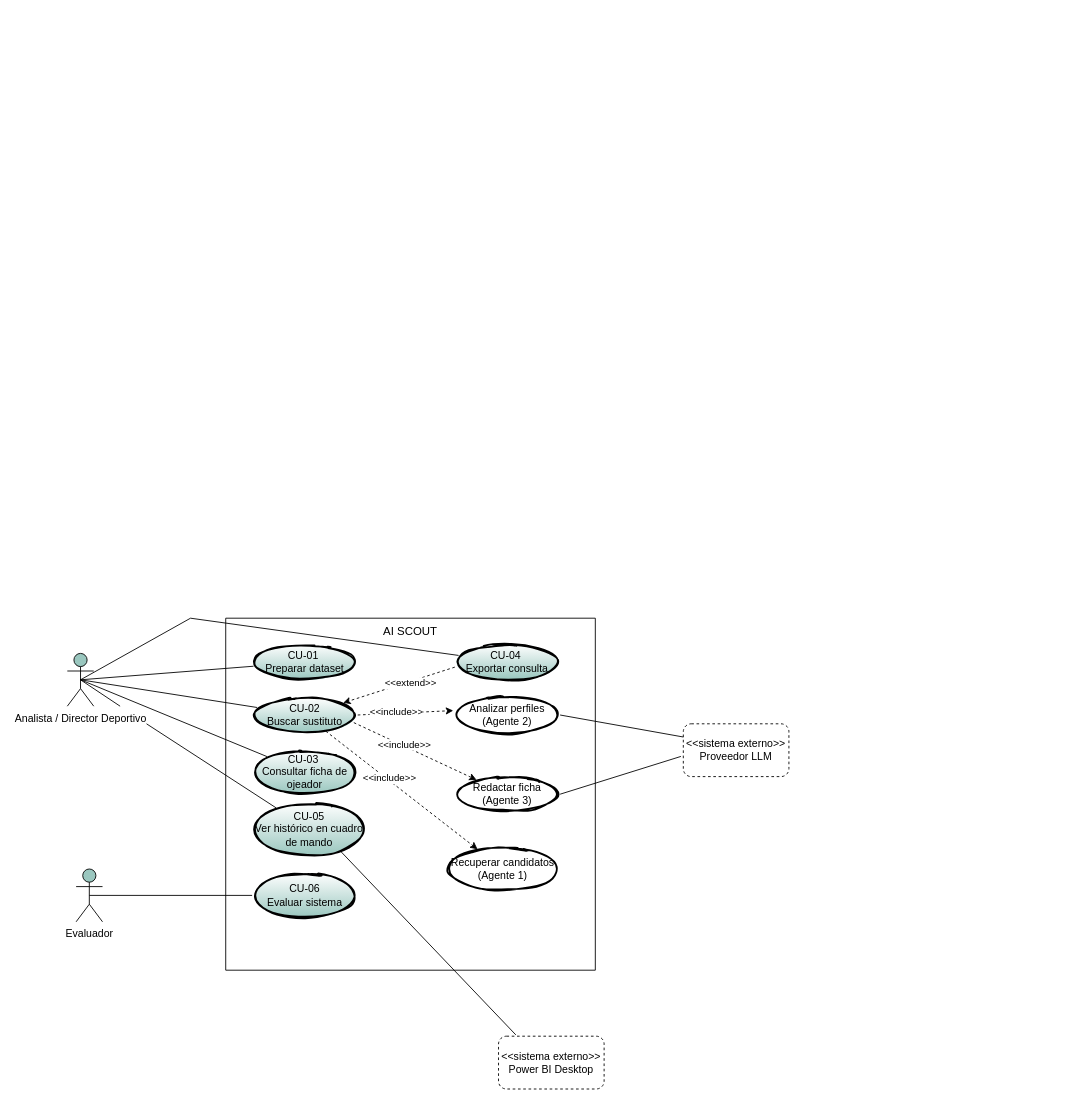
Earlier version of the draw.io diagram diagramas/diagrama_casos_de_uso.drawio (jgarca30/AI_SCOUT). Source tidied: cells renumbered, new cells numbered last; positions are measured from the earlier drawing's top-left corner, leaving out a move shared by most shapes. Both pictures are drawn from the tidied source at 88%, with x=0, y=0 at pixel (67, 618).
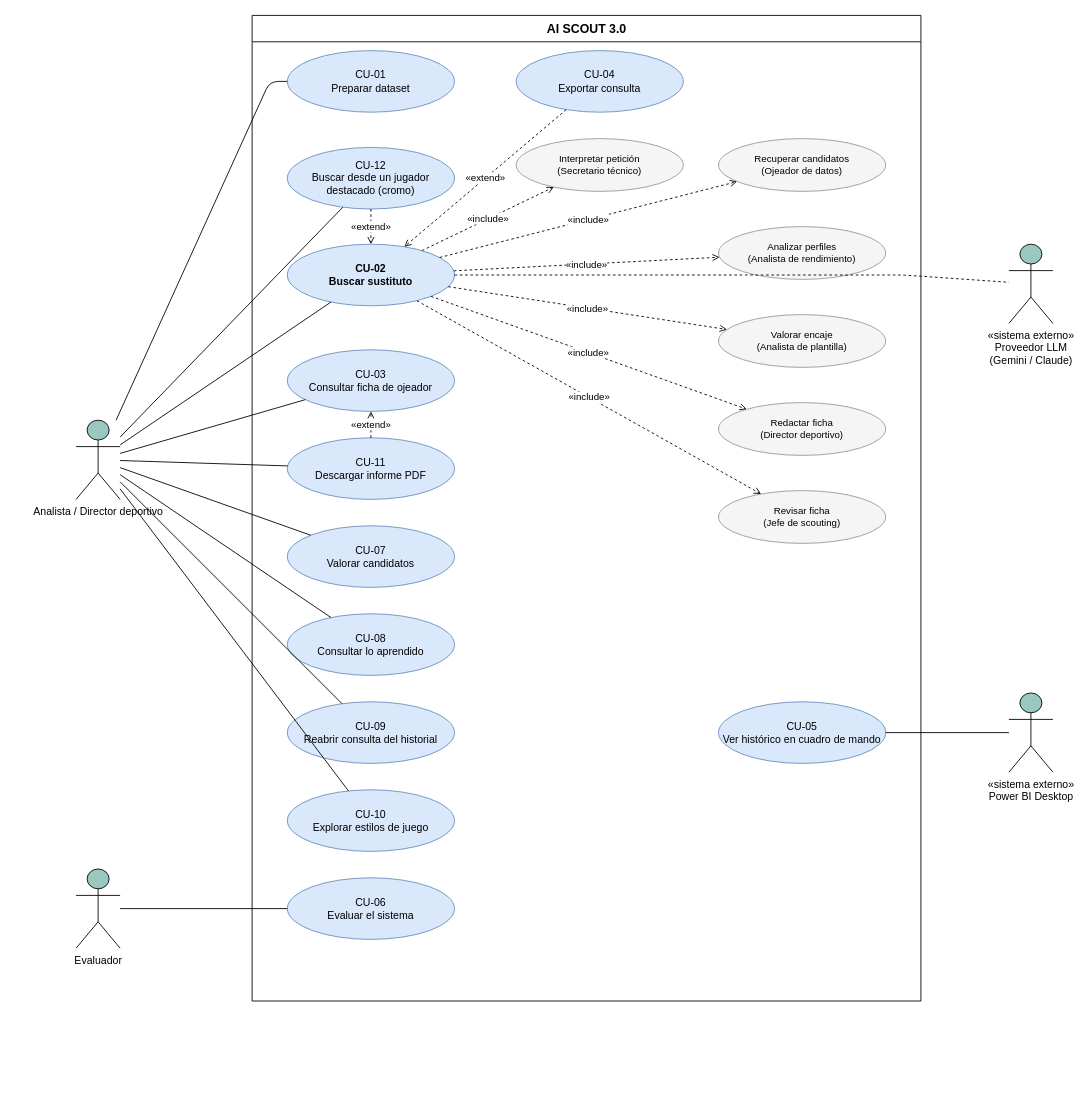
Above is the later version.

Commit message:
diagrama de casosa de uso de la aplicacion

What changed in the source:
```diff
@@
-    <mxCell id="2" style="swimlane;startSize=0;" parent="1" vertex="1">
-      <mxGeometry x="180" width="420" height="400" as="geometry" />
-    </mxCell>
-    <mxCell id="3" value="&lt;font style=&quot;font-size: 13px;&quot;&gt;AI SCOUT&lt;/font&gt;" style="text;html=1;whiteSpace=wrap;strokeColor=none;fillColor=none;align=center;verticalAlign=middle;rounded=0;" parent="2" vertex="1">
-      <mxGeometry x="125" width="170" height="30" as="geometry" />
-    </mxCell>
+    <mxCell id="35" value="AI SCOUT 3.0" style="swimlane;startSize=30;html=1;fontStyle=1;fontSize=14;" parent="1" vertex="1">
+      <mxGeometry x="210" y="-685" width="760" height="1120" as="geometry" />
+    </mxCell>
+    <mxCell id="36" value="Analista / Director deportivo" style="shape=umlActor;verticalLabelPosition=bottom;verticalAlign=top;html=1;outlineConnect=0;fillColor=#9AC7BF;" parent="1" vertex="1">
+      <mxGeometry x="10" y="-225" width="50" height="90" as="geometry" />
+    </mxCell>
+    <mxCell id="22" value="Evaluador" style="shape=umlActor;verticalLabelPosition=bottom;verticalAlign=top;html=1;outlineConnect=0;fillColor=#9AC7BF;" parent="1" vertex="1">
+      <mxGeometry x="10" y="285" width="50" height="90" as="geometry" />
+    </mxCell>
+    <mxCell id="37" value="«sistema externo»&lt;br&gt;Proveedor LLM&lt;br&gt;(Gemini / Claude)" style="shape=umlActor;verticalLabelPosition=bottom;verticalAlign=top;html=1;outlineConnect=0;fillColor=#9AC7BF;" parent="1" vertex="1">
+      <mxGeometry x="1070" y="-425" width="50" height="90" as="geometry" />
+    </mxCell>
+    <mxCell id="38" value="«sistema externo»&lt;br&gt;Power BI Desktop" style="shape=umlActor;verticalLabelPosition=bottom;verticalAlign=top;html=1;outlineConnect=0;fillColor=#9AC7BF;" parent="1" vertex="1">
+      <mxGeometry x="1070" y="85" width="50" height="90" as="geometry" />
+    </mxCell>
-    <mxCell id="4" value="CU-01&amp;nbsp;&lt;br&gt;Preparar dataset" style="ellipse;whiteSpace=wrap;html=1;strokeWidth=2;fillWeight=2;hachureGap=8;fillStyle=dots;sketch=1;gradientColor=#9AC7BF;" parent="2" vertex="1">
-      <mxGeometry x="30" y="30" width="120" height="40" as="geometry" />
+    <mxCell id="4" value="CU-01&lt;br&gt;Preparar dataset" style="ellipse;whiteSpace=wrap;html=1;fillColor=#dae8fc;strokeColor=#6c8ebf;" parent="1" vertex="1">
+      <mxGeometry x="250" y="-645" width="190" height="70" as="geometry" />
     </mxCell>
-    <mxCell id="5" value="&lt;br&gt;CU-02&lt;br&gt;Buscar sustituto&lt;div&gt;&lt;br&gt;&lt;/div&gt;" style="ellipse;whiteSpace=wrap;html=1;strokeWidth=2;fillWeight=2;hachureGap=8;fillColor=default;fillStyle=dots;sketch=1;gradientColor=#9AC7BF;" parent="2" vertex="1">
-      <mxGeometry x="30" y="90" width="120" height="40" as="geometry" />
+    <mxCell id="5" value="&lt;b&gt;CU-02&lt;br&gt;Buscar sustituto&lt;/b&gt;" style="ellipse;whiteSpace=wrap;html=1;fillColor=#dae8fc;strokeColor=#6c8ebf;" parent="1" vertex="1">
+      <mxGeometry x="250" y="-425" width="190" height="70" as="geometry" />
     </mxCell>
-    <mxCell id="6" value="CU-03&amp;nbsp;&lt;br&gt;Consultar ficha de ojeador" style="ellipse;whiteSpace=wrap;html=1;strokeWidth=2;fillWeight=2;hachureGap=8;fillColor=default;fillStyle=dots;sketch=1;gradientColor=#9AC7BF;" parent="2" vertex="1">
-      <mxGeometry x="30" y="150" width="120" height="50" as="geometry" />
+    <mxCell id="6" value="CU-03&lt;br&gt;Consultar ficha de ojeador" style="ellipse;whiteSpace=wrap;html=1;fillColor=#dae8fc;strokeColor=#6c8ebf;" parent="1" vertex="1">
+      <mxGeometry x="250" y="-305" width="190" height="70" as="geometry" />
     </mxCell>
+    <mxCell id="39" value="CU-11&lt;br&gt;Descargar informe PDF" style="ellipse;whiteSpace=wrap;html=1;fillColor=#DAE8FC;strokeColor=#6C8EBF;" parent="1" vertex="1">
+      <mxGeometry x="250" y="-205" width="190" height="70" as="geometry" />
+    </mxCell>
+    <mxCell id="40" value="CU-07&lt;br&gt;Valorar candidatos" style="ellipse;whiteSpace=wrap;html=1;fillColor=#DAE8FC;strokeColor=#6C8EBF;" parent="1" vertex="1">
+      <mxGeometry x="250" y="-105" width="190" height="70" as="geometry" />
+    </mxCell>
+    <mxCell id="41" value="CU-08&lt;br&gt;Consultar lo aprendido" style="ellipse;whiteSpace=wrap;html=1;fillColor=#DAE8FC;strokeColor=#6C8EBF;" parent="1" vertex="1">
+      <mxGeometry x="250" y="-5" width="190" height="70" as="geometry" />
+    </mxCell>
+    <mxCell id="42" value="CU-09&lt;br&gt;Reabrir consulta del historial" style="ellipse;whiteSpace=wrap;html=1;fillColor=#DAE8FC;strokeColor=#6C8EBF;" parent="1" vertex="1">
+      <mxGeometry x="250" y="95" width="190" height="70" as="geometry" />
+    </mxCell>
+    <mxCell id="43" value="CU-10&lt;br&gt;Explorar estilos de juego" style="ellipse;whiteSpace=wrap;html=1;fillColor=#DAE8FC;strokeColor=#6C8EBF;" parent="1" vertex="1">
+      <mxGeometry x="250" y="195" width="190" height="70" as="geometry" />
+    </mxCell>
+    <mxCell id="44" value="CU-06&lt;br&gt;Evaluar el sistema" style="ellipse;whiteSpace=wrap;html=1;fillColor=#dae8fc;strokeColor=#6c8ebf;" parent="1" vertex="1">
+      <mxGeometry x="250" y="295" width="190" height="70" as="geometry" />
+    </mxCell>
+    <mxCell id="9" value="CU-04&lt;br&gt;Exportar consulta" style="ellipse;whiteSpace=wrap;html=1;fillColor=#dae8fc;strokeColor=#6c8ebf;" parent="1" vertex="1">
+      <mxGeometry x="510" y="-645" width="190" height="70" as="geometry" />
+    </mxCell>
-    <mxCell id="7" value="CU-05&lt;br&gt;Ver histórico en cuadro de mando" style="ellipse;whiteSpace=wrap;html=1;strokeWidth=2;fillWeight=2;hachureGap=8;fillColor=default;fillStyle=dots;sketch=1;gradientColor=#9AC7BF;" parent="2" vertex="1">
-      <mxGeometry x="30" y="210" width="130" height="60" as="geometry" />
+    <mxCell id="7" value="CU-05&lt;br&gt;Ver histórico en cuadro de mando" style="ellipse;whiteSpace=wrap;html=1;fillColor=#dae8fc;strokeColor=#6c8ebf;" parent="1" vertex="1">
+      <mxGeometry x="740" y="95" width="190" height="70" as="geometry" />
     </mxCell>
-    <mxCell id="8" value="CU-06&lt;br&gt;Evaluar sistema" style="ellipse;whiteSpace=wrap;html=1;strokeWidth=2;fillWeight=2;hachureGap=8;fillColor=default;fillStyle=dots;sketch=1;gradientColor=#9AC7BF;" parent="2" vertex="1">
-      <mxGeometry x="30" y="290" width="120" height="50" as="geometry" />
-    </mxCell>
-    <mxCell id="9" value="CU-04&amp;nbsp;&lt;br&gt;Exportar consulta" style="ellipse;whiteSpace=wrap;html=1;strokeWidth=2;fillWeight=2;hachureGap=8;fillColor=default;fillStyle=dots;sketch=1;gradientColor=#9AC7BF;" parent="2" vertex="1">
-      <mxGeometry x="260" y="30" width="120" height="40" as="geometry" />
-    </mxCell>
-    <mxCell id="10" value="Analizar perfiles&lt;br&gt;(Agente 2)" style="ellipse;whiteSpace=wrap;html=1;strokeWidth=2;fillWeight=2;hachureGap=8;fillColor=none;fillStyle=dots;sketch=1;" parent="2" vertex="1">
-      <mxGeometry x="260" y="90" width="120" height="40" as="geometry" />
-    </mxCell>
-    <mxCell id="11" value="Redactar ficha&lt;br&gt;(Agente 3)" style="ellipse;whiteSpace=wrap;html=1;strokeWidth=2;fillWeight=2;hachureGap=8;fillColor=none;fillStyle=dots;sketch=1;" parent="2" vertex="1">
-      <mxGeometry x="260" y="180" width="120" height="40" as="geometry" />
-    </mxCell>
-    <mxCell id="12" value="Recuperar candidatos&lt;br&gt;(Agente 1)" style="ellipse;whiteSpace=wrap;html=1;strokeWidth=2;fillWeight=2;hachureGap=8;fillColor=none;fillStyle=dots;sketch=1;" parent="2" vertex="1">
-      <mxGeometry x="250" y="260" width="130" height="50" as="geometry" />
-    </mxCell>
-    <mxCell id="13" style="endArrow=classic;html=1;rounded=0;defaultLabelBackgroundColor=page;exitX=1;exitY=0.5;exitDx=0;exitDy=0;entryX=-0.012;entryY=0.375;entryDx=0;entryDy=0;entryPerimeter=0;dashed=1;" parent="2" edge="1" source="5" target="10">
-      <mxGeometry relative="1" as="geometry" />
-    </mxCell>
-    <mxCell id="14" value="&amp;lt;&amp;lt;include&amp;gt;&amp;gt;" style="edgeLabel;html=1;align=center;verticalAlign=middle;inheritText=1;defaultLabelBackgroundColor=page;" parent="13" vertex="1">
-      <mxGeometry x="-0.19" y="2" relative="1" as="geometry" />
-    </mxCell>
-    <mxCell id="15" style="endArrow=classic;html=1;rounded=0;defaultLabelBackgroundColor=page;exitX=0.963;exitY=0.717;exitDx=0;exitDy=0;dashed=1;exitPerimeter=0;" parent="2" edge="1" source="5" target="11">
-      <mxGeometry relative="1" as="geometry" />
-    </mxCell>
-    <mxCell id="16" value="&amp;lt;&amp;lt;include&amp;gt;&amp;gt;" style="edgeLabel;html=1;align=center;verticalAlign=middle;inheritText=1;defaultLabelBackgroundColor=page;" parent="15" vertex="1">
-      <mxGeometry x="-0.19" y="2" relative="1" as="geometry" />
-    </mxCell>
-    <mxCell id="17" style="endArrow=classic;html=1;rounded=0;defaultLabelBackgroundColor=page;dashed=1;" parent="2" edge="1" source="5" target="12">
-      <mxGeometry relative="1" as="geometry" />
-    </mxCell>
-    <mxCell id="18" value="&amp;lt;&amp;lt;include&amp;gt;&amp;gt;" style="edgeLabel;html=1;align=center;verticalAlign=middle;inheritText=1;defaultLabelBackgroundColor=page;" parent="17" vertex="1">
-      <mxGeometry x="-0.19" y="2" relative="1" as="geometry" />
-    </mxCell>
+    <mxCell id="45" value="Interpretar petición&lt;br&gt;(Secretario técnico)" style="ellipse;whiteSpace=wrap;html=1;fillColor=#f5f5f5;strokeColor=#999999;fontSize=11;" parent="1" vertex="1">
+      <mxGeometry x="510" y="-545" width="190" height="60" as="geometry" />
+    </mxCell>
+    <mxCell id="46" value="«include»" style="endArrow=open;html=1;dashed=1;defaultLabelBackgroundColor=default;" parent="1" edge="1" source="5" target="45">
+      <mxGeometry relative="1" as="geometry" />
+    </mxCell>
+    <mxCell id="47" value="Recuperar candidatos&lt;br&gt;(Ojeador de datos)" style="ellipse;whiteSpace=wrap;html=1;fillColor=#f5f5f5;strokeColor=#999999;fontSize=11;" parent="1" vertex="1">
+      <mxGeometry x="740" y="-545" width="190" height="60" as="geometry" />
+    </mxCell>
+    <mxCell id="48" value="«include»" style="endArrow=open;html=1;dashed=1;defaultLabelBackgroundColor=default;" parent="1" edge="1" source="5" target="47">
+      <mxGeometry relative="1" as="geometry" />
+    </mxCell>
+    <mxCell id="49" value="Analizar perfiles&lt;br&gt;(Analista de rendimiento)" style="ellipse;whiteSpace=wrap;html=1;fillColor=#f5f5f5;strokeColor=#999999;fontSize=11;" parent="1" vertex="1">
+      <mxGeometry x="740" y="-445" width="190" height="60" as="geometry" />
+    </mxCell>
+    <mxCell id="50" value="«include»" style="endArrow=open;html=1;dashed=1;defaultLabelBackgroundColor=default;" parent="1" edge="1" source="5" target="49">
+      <mxGeometry relative="1" as="geometry" />
+    </mxCell>
+    <mxCell id="51" value="Valorar encaje&lt;br&gt;(Analista de plantilla)" style="ellipse;whiteSpace=wrap;html=1;fillColor=#f5f5f5;strokeColor=#999999;fontSize=11;" parent="1" vertex="1">
+      <mxGeometry x="740" y="-345" width="190" height="60" as="geometry" />
+    </mxCell>
+    <mxCell id="52" value="«include»" style="endArrow=open;html=1;dashed=1;defaultLabelBackgroundColor=default;" parent="1" edge="1" source="5" target="51">
+      <mxGeometry relative="1" as="geometry" />
+    </mxCell>
+    <mxCell id="53" value="Redactar ficha&lt;br&gt;(Director deportivo)" style="ellipse;whiteSpace=wrap;html=1;fillColor=#f5f5f5;strokeColor=#999999;fontSize=11;" parent="1" vertex="1">
+      <mxGeometry x="740" y="-245" width="190" height="60" as="geometry" />
+    </mxCell>
+    <mxCell id="54" value="«include»" style="endArrow=open;html=1;dashed=1;defaultLabelBackgroundColor=default;" parent="1" edge="1" source="5" target="53">
+      <mxGeometry relative="1" as="geometry" />
+    </mxCell>
+    <mxCell id="55" value="Revisar ficha&lt;br&gt;(Jefe de scouting)" style="ellipse;whiteSpace=wrap;html=1;fillColor=#f5f5f5;strokeColor=#999999;fontSize=11;" parent="1" vertex="1">
+      <mxGeometry x="740" y="-145" width="190" height="60" as="geometry" />
+    </mxCell>
+    <mxCell id="56" value="«include»" style="endArrow=open;html=1;dashed=1;defaultLabelBackgroundColor=default;" parent="1" edge="1" source="5" target="55">
+      <mxGeometry relative="1" as="geometry" />
+    </mxCell>
-    <mxCell id="19" style="endArrow=classic;html=1;rounded=0;defaultLabelBackgroundColor=page;exitX=0.003;exitY=0.64;exitDx=0;exitDy=0;dashed=1;exitPerimeter=0;" parent="2" edge="1" source="9" target="5">
+    <mxCell id="19" value="«extend»" style="endArrow=open;html=1;dashed=1;defaultLabelBackgroundColor=default;" parent="1" edge="1" source="9" target="5">
       <mxGeometry relative="1" as="geometry" />
     </mxCell>
-    <mxCell id="20" value="&amp;lt;&amp;lt;extend&amp;gt;&amp;gt;" style="edgeLabel;html=1;align=center;verticalAlign=middle;inheritText=1;defaultLabelBackgroundColor=page;" parent="19" vertex="1">
-      <mxGeometry x="-0.19" y="2" relative="1" as="geometry" />
-    </mxCell>
-    <mxCell id="21" value="Analista / Director Deportivo" style="shape=umlActor;verticalLabelPosition=bottom;verticalAlign=top;html=1;outlineConnect=0;labelPerimeter=1;fillColor=#9AC7BF;" parent="1" vertex="1">
-      <mxGeometry y="40" width="30" height="60" as="geometry" />
-    </mxCell>
-    <mxCell id="22" value="Evaluador" style="shape=umlActor;verticalLabelPosition=bottom;verticalAlign=top;html=1;outlineConnect=0;labelPerimeter=1;fillColor=#9AC7BF;" parent="1" vertex="1">
-      <mxGeometry x="10" y="285" width="30" height="60" as="geometry" />
-    </mxCell>
-    <mxCell id="23" value="&amp;lt;&amp;lt;sistema externo&amp;gt;&amp;gt;&lt;br&gt;Proveedor LLM" style="rounded=1;whiteSpace=wrap;html=1;dashed=1;" parent="1" vertex="1">
-      <mxGeometry x="700" y="120" width="120" height="60" as="geometry" />
-    </mxCell>
-    <mxCell id="24" value="&amp;lt;&amp;lt;sistema externo&amp;gt;&amp;gt;&lt;br&gt;Power BI Desktop" style="rounded=1;whiteSpace=wrap;html=1;dashed=1;" parent="1" vertex="1">
-      <mxGeometry x="490" y="475" width="120" height="60" as="geometry" />
-    </mxCell>
-    <mxCell id="25" style="endArrow=none;html=1;rounded=0;defaultLabelBackgroundColor=page;exitX=0.5;exitY=0.5;exitDx=0;exitDy=0;exitPerimeter=0;" parent="1" edge="1" source="22" target="8">
-      <mxGeometry relative="1" as="geometry" />
-    </mxCell>
-    <mxCell id="26" style="endArrow=none;html=1;rounded=0;defaultLabelBackgroundColor=page;exitX=0.5;exitY=0.5;exitDx=0;exitDy=0;exitPerimeter=0;" parent="1" edge="1" source="21" target="4">
-      <mxGeometry relative="1" as="geometry" />
-    </mxCell>
-    <mxCell id="27" style="endArrow=none;html=1;rounded=0;defaultLabelBackgroundColor=page;exitX=0.5;exitY=0.5;exitDx=0;exitDy=0;exitPerimeter=0;" parent="1" edge="1" source="21" target="5">
-      <mxGeometry relative="1" as="geometry" />
-    </mxCell>
-    <mxCell id="28" style="endArrow=none;html=1;rounded=0;defaultLabelBackgroundColor=page;exitX=0.5;exitY=0.5;exitDx=0;exitDy=0;exitPerimeter=0;" parent="1" edge="1" source="21" target="6">
-      <mxGeometry relative="1" as="geometry" />
-    </mxCell>
-    <mxCell id="29" style="endArrow=none;html=1;rounded=0;defaultLabelBackgroundColor=page;" parent="1" edge="1" target="7">
-      <mxGeometry relative="1" as="geometry">
-        <mxPoint x="90" y="120" as="sourcePoint" />
-      </mxGeometry>
-    </mxCell>
-    <mxCell id="30" style="endArrow=none;html=1;rounded=0;defaultLabelBackgroundColor=page;exitX=0.5;exitY=0.5;exitDx=0;exitDy=0;exitPerimeter=0;" parent="1" edge="1" source="21">
-      <mxGeometry relative="1" as="geometry">
-        <mxPoint x="60" y="100" as="targetPoint" />
-      </mxGeometry>
-    </mxCell>
-    <mxCell id="31" style="endArrow=none;html=1;rounded=0;defaultLabelBackgroundColor=page;exitX=0.5;exitY=0.5;exitDx=0;exitDy=0;exitPerimeter=0;" parent="1" edge="1" source="21" target="9">
-      <mxGeometry relative="1" as="geometry">
-        <Array as="points">
-          <mxPoint x="140" />
-        </Array>
-      </mxGeometry>
-    </mxCell>
-    <mxCell id="32" style="endArrow=none;html=1;rounded=0;defaultLabelBackgroundColor=page;entryX=0;entryY=0.25;entryDx=0;entryDy=0;exitX=1;exitY=0.5;exitDx=0;exitDy=0;" parent="1" edge="1" source="10" target="23">
-      <mxGeometry relative="1" as="geometry" />
-    </mxCell>
-    <mxCell id="33" style="endArrow=none;html=1;rounded=0;defaultLabelBackgroundColor=page;entryX=1;entryY=0.5;entryDx=0;entryDy=0;exitX=-0.023;exitY=0.618;exitDx=0;exitDy=0;exitPerimeter=0;" parent="1" edge="1" source="23" target="11">
-      <mxGeometry relative="1" as="geometry" />
-    </mxCell>
-    <mxCell id="34" style="endArrow=none;html=1;rounded=0;defaultLabelBackgroundColor=page;entryX=0.164;entryY=-0.025;entryDx=0;entryDy=0;exitX=0.777;exitY=0.922;exitDx=0;exitDy=0;exitPerimeter=0;entryPerimeter=0;" parent="1" edge="1" source="7" target="24">
-      <mxGeometry relative="1" as="geometry" />
-    </mxCell>
+    <mxCell id="57" value="«extend»" style="endArrow=open;html=1;dashed=1;defaultLabelBackgroundColor=default;" parent="1" edge="1" source="39" target="6">
+      <mxGeometry relative="1" as="geometry" />
+    </mxCell>
+    <mxCell id="58" style="endArrow=none;html=1;entryX=0;entryY=0.5;entryDx=0;entryDy=0;" parent="1" edge="1" source="36" target="4">
+      <mxGeometry relative="1" as="geometry">
+        <Array as="points">
+          <mxPoint x="230" y="-610" />
+        </Array>
+      </mxGeometry>
+    </mxCell>
+    <mxCell id="59" style="endArrow=none;html=1;" parent="1" edge="1" source="36" target="5">
+      <mxGeometry relative="1" as="geometry" />
+    </mxCell>
+    <mxCell id="60" style="endArrow=none;html=1;" parent="1" edge="1" source="36" target="6">
+      <mxGeometry relative="1" as="geometry" />
+    </mxCell>
+    <mxCell id="61" style="endArrow=none;html=1;" parent="1" edge="1" source="36" target="40">
+      <mxGeometry relative="1" as="geometry" />
+    </mxCell>
+    <mxCell id="62" style="endArrow=none;html=1;" parent="1" edge="1" source="36" target="41">
+      <mxGeometry relative="1" as="geometry" />
+    </mxCell>
+    <mxCell id="63" style="endArrow=none;html=1;" parent="1" edge="1" source="36" target="42">
+      <mxGeometry relative="1" as="geometry" />
+    </mxCell>
+    <mxCell id="64" style="endArrow=none;html=1;" parent="1" edge="1" source="36" target="43">
+      <mxGeometry relative="1" as="geometry" />
+    </mxCell>
+    <mxCell id="65" style="endArrow=none;html=1;" parent="1" edge="1" source="36" target="39">
+      <mxGeometry relative="1" as="geometry" />
+    </mxCell>
+    <mxCell id="66" style="endArrow=none;html=1;" parent="1" edge="1" source="22" target="44">
+      <mxGeometry relative="1" as="geometry" />
+    </mxCell>
+    <mxCell id="67" style="endArrow=none;html=1;" parent="1" edge="1" source="7" target="38">
+      <mxGeometry relative="1" as="geometry" />
+    </mxCell>
+    <mxCell id="68" style="endArrow=none;html=1;dashed=1;" parent="1" edge="1" source="5" target="37">
+      <mxGeometry relative="1" as="geometry">
+        <Array as="points">
+          <mxPoint x="950" y="-390" />
+        </Array>
+      </mxGeometry>
+    </mxCell>
+    <mxCell id="69" value="CU-12&lt;br&gt;Buscar desde un jugador destacado (cromo)" style="ellipse;whiteSpace=wrap;html=1;fillColor=#DAE8FC;strokeColor=#6C8EBF;" parent="1" vertex="1">
+      <mxGeometry x="250" y="-535" width="190" height="70" as="geometry" />
+    </mxCell>
+    <mxCell id="70" value="«extend»" style="endArrow=open;html=1;dashed=1;defaultLabelBackgroundColor=default;" parent="1" edge="1" source="69" target="5">
+      <mxGeometry relative="1" as="geometry" />
+    </mxCell>
+    <mxCell id="71" style="endArrow=none;html=1;" parent="1" edge="1" source="36" target="69">
+      <mxGeometry relative="1" as="geometry" />
+    </mxCell>
```
